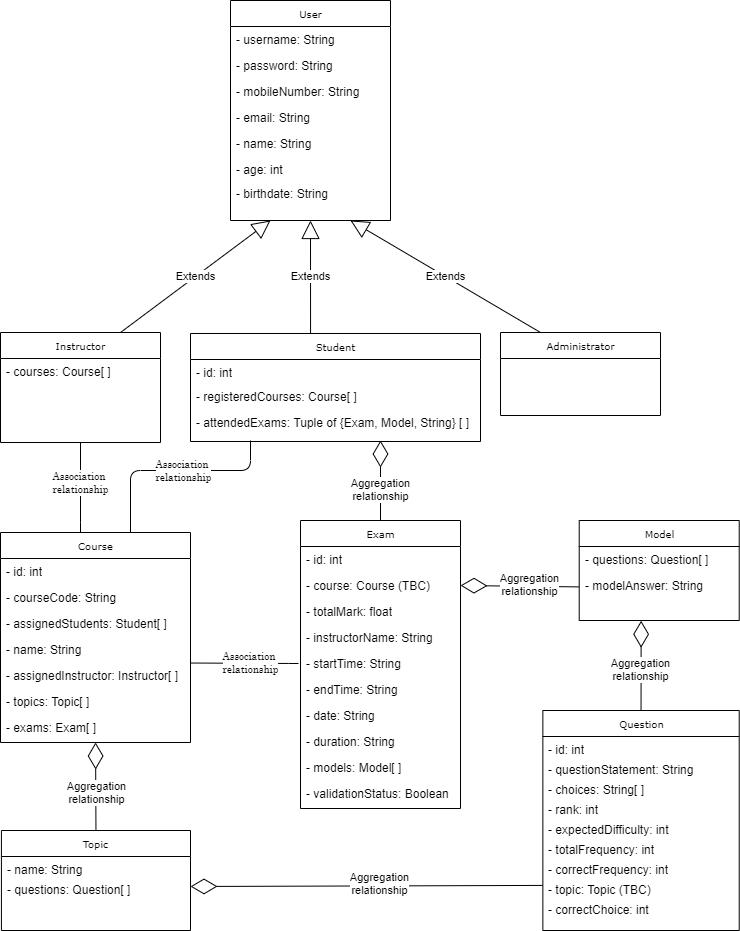
The draw.io diagram UML.png in aymanred121/Examination-Management-System, before a commit. Source tidied: cells renumbered, new cells last; positions are measured from the earlier drawing's top-left corner, leaving out a move shared by most shapes.
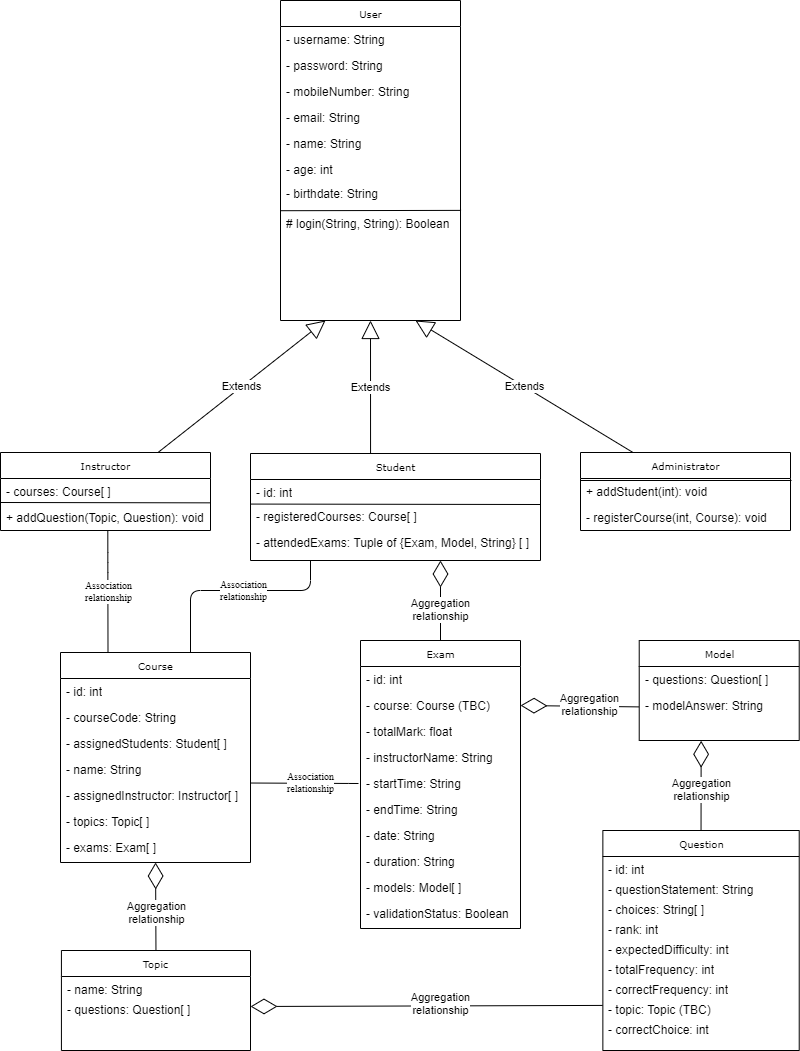
Above is the later version.

The edit, as a diff of the source:
```diff
@@ -36,38 +36,58 @@
       <mxGeometry y="260" width="160" height="26" as="geometry" />
     </mxCell>
     <mxCell id="13" value="User" style="swimlane;html=1;fontStyle=0;horizontal=1;startSize=26;fillColor=none;swimlaneFillColor=#ffffff;rounded=0;shadow=0;comic=0;labelBackgroundColor=none;strokeWidth=1;fontFamily=Verdana;fontSize=10;align=center;" parent="1" vertex="1">
-      <mxGeometry x="230" width="160" height="220" as="geometry" />
+      <mxGeometry x="220" y="-120" width="180" height="320" as="geometry" />
     </mxCell>
     <mxCell id="14" value="- username: String" style="text;html=1;strokeColor=none;fillColor=none;align=left;verticalAlign=top;spacingLeft=4;spacingRight=4;whiteSpace=wrap;overflow=hidden;" parent="13" vertex="1">
-      <mxGeometry y="26" width="160" height="26" as="geometry" />
+      <mxGeometry y="26" width="180" height="26" as="geometry" />
     </mxCell>
     <mxCell id="15" value="- password: String" style="text;html=1;strokeColor=none;fillColor=none;align=left;verticalAlign=top;spacingLeft=4;spacingRight=4;whiteSpace=wrap;overflow=hidden;" parent="13" vertex="1">
-      <mxGeometry y="52" width="160" height="26" as="geometry" />
+      <mxGeometry y="52" width="180" height="26" as="geometry" />
     </mxCell>
     <mxCell id="16" value="- mobileNumber: String" style="text;html=1;strokeColor=none;fillColor=none;align=left;verticalAlign=top;spacingLeft=4;spacingRight=4;whiteSpace=wrap;overflow=hidden;" parent="13" vertex="1">
-      <mxGeometry y="78" width="160" height="26" as="geometry" />
+      <mxGeometry y="78" width="180" height="26" as="geometry" />
     </mxCell>
     <mxCell id="17" value="- email: String" style="text;html=1;strokeColor=none;fillColor=none;align=left;verticalAlign=top;spacingLeft=4;spacingRight=4;whiteSpace=wrap;overflow=hidden;" parent="13" vertex="1">
-      <mxGeometry y="104" width="160" height="26" as="geometry" />
+      <mxGeometry y="104" width="180" height="26" as="geometry" />
     </mxCell>
     <mxCell id="18" value="- name: String" style="text;html=1;strokeColor=none;fillColor=none;align=left;verticalAlign=top;spacingLeft=4;spacingRight=4;whiteSpace=wrap;overflow=hidden;" parent="13" vertex="1">
-      <mxGeometry y="130" width="160" height="26" as="geometry" />
+      <mxGeometry y="130" width="180" height="26" as="geometry" />
     </mxCell>
     <mxCell id="19" value="- age: int" style="text;html=1;strokeColor=none;fillColor=none;align=left;verticalAlign=top;spacingLeft=4;spacingRight=4;whiteSpace=wrap;overflow=hidden;" parent="13" vertex="1">
-      <mxGeometry y="156" width="160" height="24" as="geometry" />
+      <mxGeometry y="156" width="180" height="24" as="geometry" />
     </mxCell>
     <mxCell id="20" value="- birthdate: String" style="text;html=1;strokeColor=none;fillColor=none;align=left;verticalAlign=top;spacingLeft=4;spacingRight=4;whiteSpace=wrap;overflow=hidden;points=[[0,0.5],[1,0.5]];portConstraint=eastwest;" parent="13" vertex="1">
-      <mxGeometry y="180" width="160" height="26" as="geometry" />
+      <mxGeometry y="180" width="180" height="30" as="geometry" />
     </mxCell>
+    <mxCell id="71" style="endArrow=none;html=1;exitX=0;exitY=1.007;exitDx=0;exitDy=0;exitPerimeter=0;entryX=1.003;entryY=0.996;entryDx=0;entryDy=0;entryPerimeter=0;" parent="13" edge="1" source="20" target="20">
+      <mxGeometry relative="1" as="geometry" />
+    </mxCell>
+    <mxCell id="72" value="# login(String, String): Boolean" style="text;html=1;strokeColor=none;fillColor=none;align=left;verticalAlign=top;spacingLeft=4;spacingRight=4;whiteSpace=wrap;overflow=hidden;" parent="13" vertex="1">
+      <mxGeometry y="210" width="180" height="30" as="geometry" />
+    </mxCell>
     <mxCell id="21" value="Instructor" style="swimlane;html=1;fontStyle=0;horizontal=1;startSize=26;fillColor=none;swimlaneFillColor=#ffffff;rounded=0;shadow=0;comic=0;labelBackgroundColor=none;strokeWidth=1;fontFamily=Verdana;fontSize=10;align=center;" parent="1" vertex="1">
-      <mxGeometry y="332" width="160" height="110" as="geometry" />
+      <mxGeometry x="-60" y="332" width="210" height="78" as="geometry" />
     </mxCell>
     <mxCell id="22" value="- courses: Course[ ]" style="text;html=1;strokeColor=none;fillColor=none;align=left;verticalAlign=top;spacingLeft=4;spacingRight=4;whiteSpace=wrap;overflow=hidden;" parent="21" vertex="1">
-      <mxGeometry y="26" width="160" height="26" as="geometry" />
+      <mxGeometry y="26" width="210" height="26" as="geometry" />
     </mxCell>
+    <mxCell id="73" style="endArrow=none;html=1;entryX=0.999;entryY=-0.064;entryDx=0;entryDy=0;entryPerimeter=0;" parent="21" edge="1" target="74">
+      <mxGeometry relative="1" as="geometry">
+        <mxPoint y="50" as="sourcePoint" />
+      </mxGeometry>
+    </mxCell>
+    <mxCell id="74" value="+ addQuestion(Topic, Question): void" style="text;html=1;strokeColor=none;fillColor=none;align=left;verticalAlign=top;spacingLeft=4;spacingRight=4;whiteSpace=wrap;overflow=hidden;points=[[0,0.5],[1,0.5]];portConstraint=eastwest;" parent="21" vertex="1">
+      <mxGeometry y="52" width="210" height="26" as="geometry" />
+    </mxCell>
     <mxCell id="23" value="Administrator" style="swimlane;html=1;fontStyle=0;horizontal=1;startSize=26;fillColor=none;swimlaneFillColor=#ffffff;rounded=0;shadow=0;comic=0;labelBackgroundColor=none;strokeWidth=1;fontFamily=Verdana;fontSize=10;align=center;" parent="1" vertex="1">
-      <mxGeometry x="500" y="332" width="160" height="83" as="geometry" />
+      <mxGeometry x="520" y="332" width="210" height="78" as="geometry" />
     </mxCell>
+    <mxCell id="75" value="+ addStudent(int): void" style="text;html=1;strokeColor=none;fillColor=none;align=left;verticalAlign=top;spacingLeft=4;spacingRight=4;whiteSpace=wrap;overflow=hidden;" parent="23" vertex="1">
+      <mxGeometry y="26" width="210" height="26" as="geometry" />
+    </mxCell>
+    <mxCell id="76" value="- registerCourse(int, Course): void" style="text;html=1;strokeColor=none;fillColor=none;align=left;verticalAlign=top;spacingLeft=4;spacingRight=4;whiteSpace=wrap;overflow=hidden;" parent="23" vertex="1">
+      <mxGeometry y="52" width="210" height="26" as="geometry" />
+    </mxCell>
     <mxCell id="24" value="Course" style="swimlane;html=1;fontStyle=0;horizontal=1;startSize=26;fillColor=none;swimlaneFillColor=#ffffff;rounded=0;shadow=0;comic=0;labelBackgroundColor=none;strokeWidth=1;fontFamily=Verdana;fontSize=10;align=center;" parent="1" vertex="1">
       <mxGeometry y="532" width="190" height="210" as="geometry" />
     </mxCell>
@@ -93,7 +113,7 @@
       <mxGeometry y="182" width="190" height="28" as="geometry" />
     </mxCell>
     <mxCell id="32" value="Student" style="swimlane;html=1;fontStyle=0;horizontal=1;startSize=26;fillColor=none;swimlaneFillColor=#ffffff;rounded=0;shadow=0;comic=0;labelBackgroundColor=none;strokeWidth=1;fontFamily=Verdana;fontSize=10;align=center;" parent="1" vertex="1">
-      <mxGeometry x="190" y="333" width="290" height="108" as="geometry" />
+      <mxGeometry x="190" y="333" width="290" height="107" as="geometry" />
     </mxCell>
     <mxCell id="33" value="- id: int" style="text;html=1;strokeColor=none;fillColor=none;align=left;verticalAlign=top;spacingLeft=4;spacingRight=4;whiteSpace=wrap;overflow=hidden;" parent="32" vertex="1">
       <mxGeometry y="26" width="290" height="24" as="geometry" />
@@ -104,6 +124,11 @@
     <mxCell id="35" value="- attendedExams: Tuple of {Exam, Model, String} [ ]" style="text;html=1;strokeColor=none;fillColor=none;align=left;verticalAlign=top;spacingLeft=4;spacingRight=4;whiteSpace=wrap;overflow=hidden;" parent="32" vertex="1">
       <mxGeometry y="76" width="290" height="26" as="geometry" />
     </mxCell>
+    <mxCell id="77" style="endArrow=none;html=1;entryX=0.002;entryY=0.022;entryDx=0;entryDy=0;entryPerimeter=0;" parent="32" edge="1" target="34">
+      <mxGeometry relative="1" as="geometry">
+        <mxPoint x="290" y="51" as="sourcePoint" />
+      </mxGeometry>
+    </mxCell>
     <mxCell id="36" value="Extends" style="endArrow=block;endSize=16;endFill=0;html=1;entryX=0.25;entryY=1;entryDx=0;entryDy=0;exitX=0.75;exitY=0;exitDx=0;exitDy=0;" parent="1" edge="1" source="21" target="13">
       <mxGeometry relative="1" as="geometry" />
     </mxCell>
@@ -113,11 +138,10 @@
     <mxCell id="38" value="Extends" style="endArrow=block;endSize=16;endFill=0;html=1;entryX=0.5;entryY=1;entryDx=0;entryDy=0;exitX=0.414;exitY=0.002;exitDx=0;exitDy=0;exitPerimeter=0;" parent="1" edge="1" source="32" target="13">
       <mxGeometry relative="1" as="geometry" />
     </mxCell>
-    <mxCell id="39" style="endArrow=none;html=1;edgeStyle=orthogonalEdgeStyle;exitX=0.5;exitY=1;exitDx=0;exitDy=0;" parent="1" edge="1" source="21">
+    <mxCell id="39" style="endArrow=none;html=1;edgeStyle=orthogonalEdgeStyle;entryX=0.25;entryY=0;entryDx=0;entryDy=0;exitX=0.511;exitY=1.017;exitDx=0;exitDy=0;exitPerimeter=0;" parent="1" edge="1" source="74" target="24">
       <mxGeometry relative="1" as="geometry">
-        <mxPoint x="80" y="532" as="targetPoint" />
         <Array as="points">
-          <mxPoint x="80" y="532" />
+          <mxPoint x="47" y="442" />
         </Array>
       </mxGeometry>
     </mxCell>
@@ -242,5 +266,11 @@
         <mxPoint x="-1.3" y="-6" as="offset" />
       </mxGeometry>
     </mxCell>
+    <mxCell id="78" style="endArrow=none;html=1;" parent="1" edge="1">
+      <mxGeometry relative="1" as="geometry">
+        <mxPoint x="520" y="360" as="sourcePoint" />
+        <mxPoint x="731" y="360" as="targetPoint" />
+      </mxGeometry>
+    </mxCell>
   </root>
 </mxGraphModel>
```
